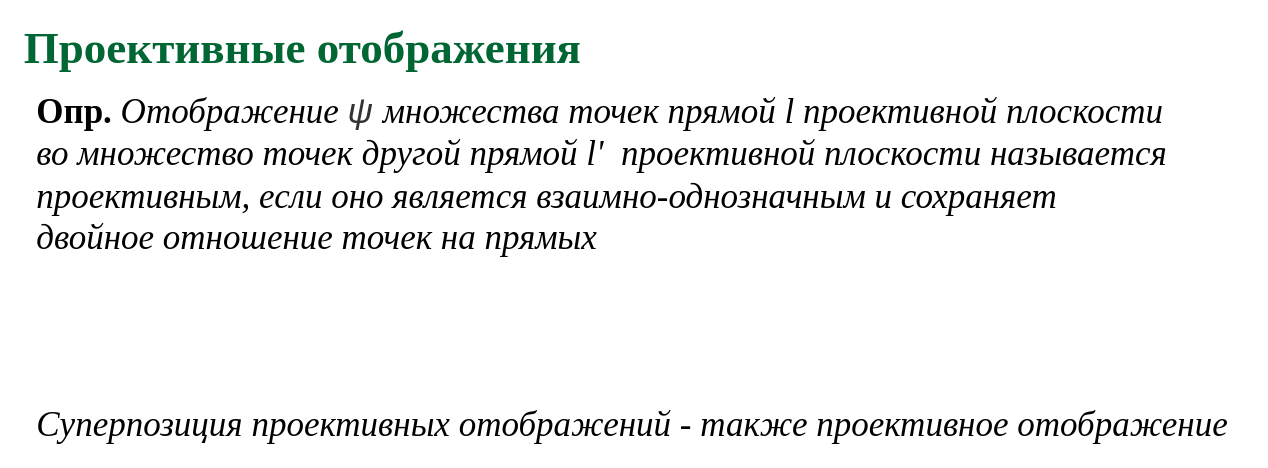
Above: page "p01" (1 of 6) of slides/proj_mapp.drawio in amcp-pit/geom_course (draw.io), before the change. Source tidied: cells renumbered, new cells numbered last; positions are measured from the earlier drawing's top-left corner, leaving out a move shared by most shapes. Both pictures are drawn from the tidied source at 125%, with x=0, y=0 at pixel (21, 35).
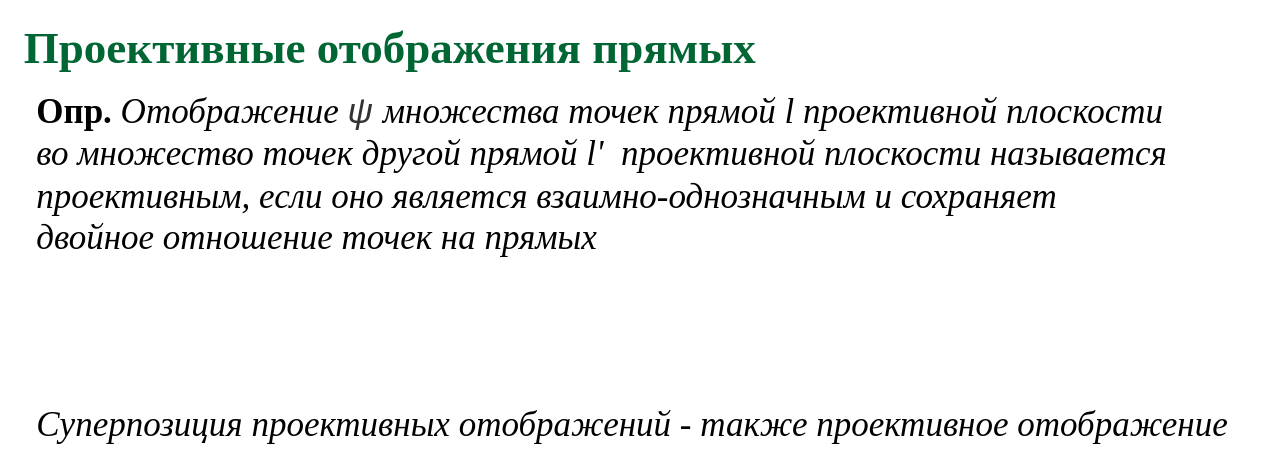
Above is the later version.

Diff of the diagram source:
```diff
@@
 <mxGraphModel>
   <root>
     <mxCell id="0" />
     <mxCell id="1" parent="0" />
-    <mxCell id="2" value="&lt;font color=&quot;#006633&quot; face=&quot;garamond&quot;&gt;&lt;span style=&quot;font-size: 36px&quot;&gt;&lt;b&gt;Проективные отображения&lt;/b&gt;&lt;/span&gt;&lt;/font&gt;" style="text;html=1;align=left;verticalAlign=middle;whiteSpace=wrap;rounded=0;" parent="1" vertex="1">
+    <mxCell id="2" value="&lt;font color=&quot;#006633&quot; face=&quot;garamond&quot;&gt;&lt;span style=&quot;font-size: 36px&quot;&gt;&lt;b&gt;Проективные отображения прямых&lt;/b&gt;&lt;/span&gt;&lt;/font&gt;" style="text;html=1;align=left;verticalAlign=middle;whiteSpace=wrap;rounded=0;" parent="1" vertex="1">
       <mxGeometry width="920" height="20" as="geometry" />
     </mxCell>
     <mxCell id="3" value="&lt;div&gt;&lt;/div&gt;&lt;b style=&quot;font-size: 28px ; font-family: &amp;#34;times new roman&amp;#34;&quot;&gt;Опр.&lt;/b&gt;&lt;span style=&quot;font-size: 28px ; font-family: &amp;#34;times new roman&amp;#34;&quot;&gt;&amp;nbsp;&lt;/span&gt;&lt;i style=&quot;font-size: 28px ; font-family: &amp;#34;times new roman&amp;#34;&quot;&gt;Отображение&amp;nbsp;&lt;/i&gt;&lt;span style=&quot;color: rgb(51 , 51 , 51) ; font-family: &amp;#34;u0000&amp;#34; ; font-size: 28px ; text-align: center ; background-color: rgb(255 , 255 , 255)&quot;&gt;&lt;i&gt;ψ&lt;/i&gt;&amp;nbsp;&lt;/span&gt;&lt;i style=&quot;font-size: 28px ; font-family: &amp;#34;times new roman&amp;#34;&quot;&gt;множества точек прямой l проективной плоскости&lt;/i&gt;&lt;span style=&quot;color: rgb(51 , 51 , 51) ; font-family: &amp;#34;u0000&amp;#34; ; font-size: 28px ; text-align: center ; background-color: rgb(255 , 255 , 255)&quot;&gt;&lt;br&gt;&lt;/span&gt;&lt;font face=&quot;Times New Roman&quot; style=&quot;font-size: 28px&quot;&gt;&lt;div&gt;&lt;i&gt;во множество точек другой прямой l'&amp;nbsp; проективной плоскости называется&amp;nbsp;&lt;/i&gt;&lt;/div&gt;&lt;i&gt;&lt;font face=&quot;Times New Roman&quot;&gt;&lt;i&gt;проективным, если оно является взаимно-однозначным и сохраняет &lt;br&gt;двойное отношение точек на прямых&lt;/i&gt;&lt;/font&gt;&lt;/i&gt;&lt;/font&gt;" style="text;html=1;align=left;verticalAlign=middle;" parent="1" vertex="1">
       <mxGeometry x="10" y="71" width="930" height="80" as="geometry" />
     </mxCell>
     <mxCell id="4" value="&lt;div&gt;&lt;/div&gt;&lt;i style=&quot;font-size: 28px ; font-family: &amp;#34;times new roman&amp;#34;&quot;&gt;Суперпозиция проективных отображений - также проективное отображение&lt;/i&gt;" style="text;html=1;align=left;verticalAlign=middle;" parent="1" vertex="1">
       <mxGeometry x="10" y="301" width="970" height="20" as="geometry" />
     </mxCell>
   </root>
 </mxGraphModel>
```
